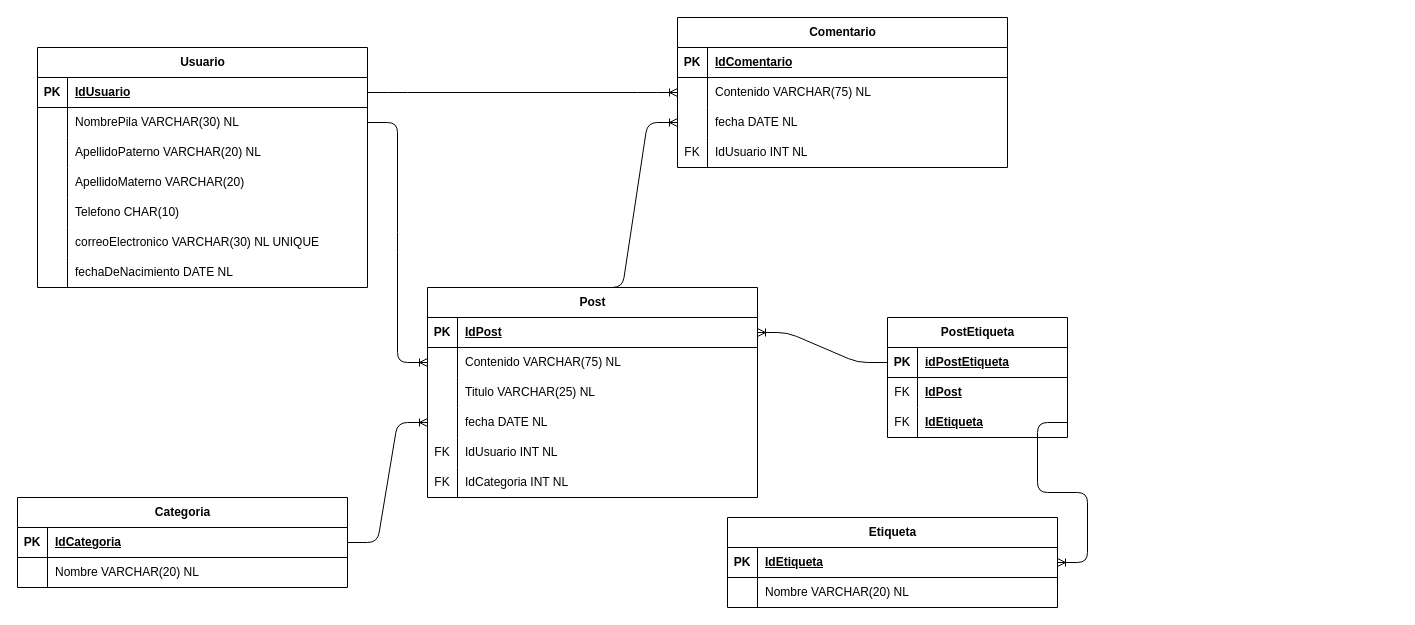
Above: ArchivosHechosEnClase/ejemplo1DiagramaLogico.drawio in angelumoca21/BaseDeDatos (draw.io), before the change. Source tidied: cells renumbered, new cells numbered last; positions are measured from the earlier drawing's top-left corner, leaving out a move shared by most shapes. Both pictures are drawn from the tidied source at 100%, with x=0, y=0 at pixel (17, 17).
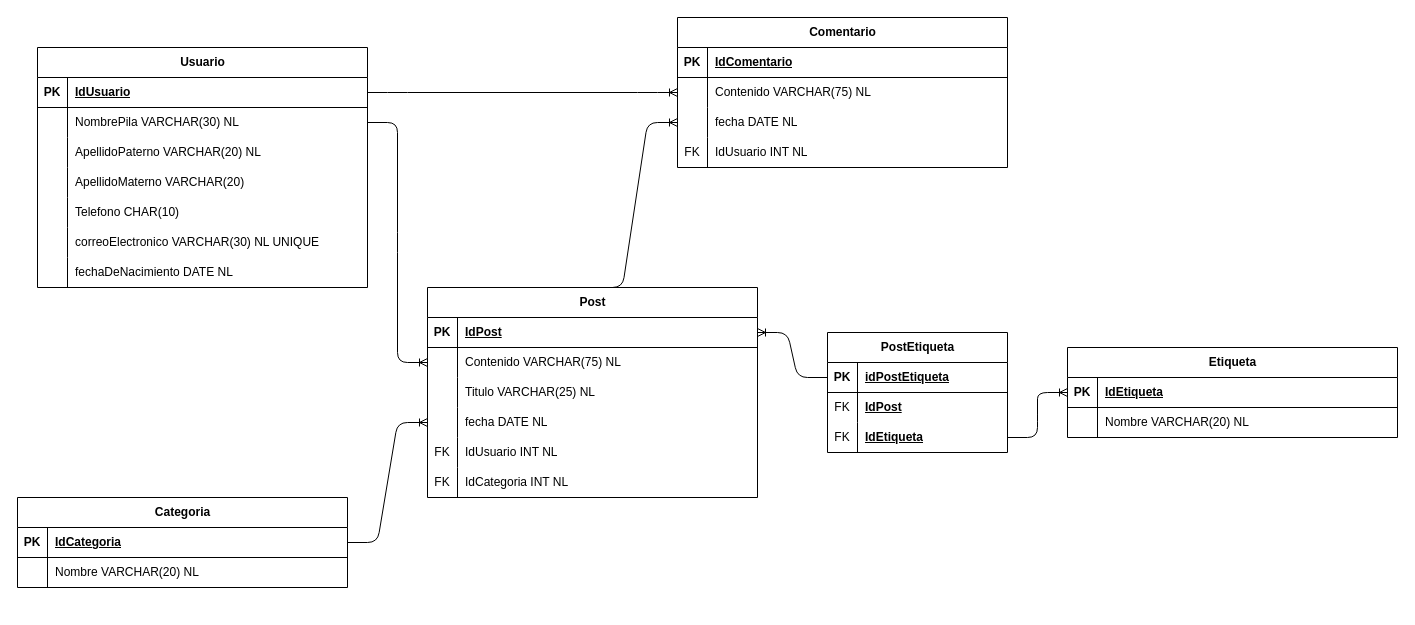
After the change.

Unchanged cells that the change refers to:
```xml
<mxCell id="64" style="shape=tableRow;horizontal=0;startSize=0;swimlaneHead=0;swimlaneBody=0;fillColor=none;points=[[0,0.5],[1,0.5]];portConstraint=eastwest;top=0;left=0;right=0;bottom=1;" parent="63" vertex="1">
  <mxGeometry y="30" width="330" height="30" as="geometry" />
</mxCell>
<mxCell id="81" style="shape=tableRow;horizontal=0;startSize=0;swimlaneHead=0;swimlaneBody=0;fillColor=none;points=[[0,0.5],[1,0.5]];portConstraint=eastwest;top=0;left=0;right=0;bottom=0;" parent="74" vertex="1">
  <mxGeometry y="90" width="180" height="30" as="geometry" />
</mxCell>
```

Diff of the diagram source:
```diff
@@
     <mxCell id="63" value="Etiqueta" style="shape=table;startSize=30;childLayout=tableLayout;rowLines=0;fontStyle=1;align=center;html=1;" parent="1" vertex="1">
-      <mxGeometry x="710" y="500" width="330" height="90" as="geometry" />
+      <mxGeometry x="1050" y="330" width="330" height="90" as="geometry" />
     </mxCell>
@@
     <mxCell id="74" value="PostEtiqueta" style="shape=table;startSize=30;childLayout=tableLayout;rowLines=0;fontStyle=1;align=center;html=1;" parent="1" vertex="1">
-      <mxGeometry x="870" y="300" width="180" height="120" as="geometry" />
+      <mxGeometry x="810" y="315" width="180" height="120" as="geometry" />
     </mxCell>
@@
-    <mxCell id="85" style="edgeStyle=entityRelationEdgeStyle;fontSize=12;html=1;endArrow=ERoneToMany;exitX=1;exitY=0.5;exitDx=0;exitDy=0;entryX=1;entryY=0.5;entryDx=0;entryDy=0;" parent="1" edge="1" source="81" target="64">
+    <mxCell id="85" style="edgeStyle=entityRelationEdgeStyle;fontSize=12;html=1;endArrow=ERoneToMany;exitX=1;exitY=0.5;exitDx=0;exitDy=0;entryX=0;entryY=0.5;entryDx=0;entryDy=0;" parent="1" edge="1" source="81" target="64">
       <mxGeometry relative="1" as="geometry">
         <Array as="points">
           <mxPoint x="680" y="490" />
           <mxPoint x="780" y="450" />
           <mxPoint x="870" y="430" />
         </Array>
       </mxGeometry>
     </mxCell>
```
